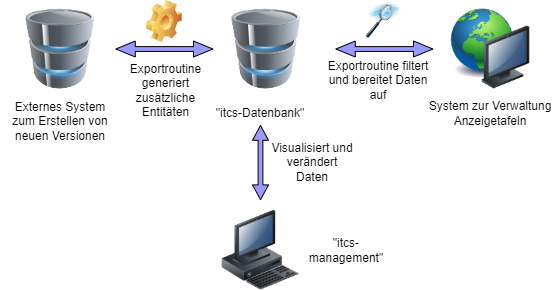
The draw.io diagram documents/HgbInternshipReport/images/overview_alt.png in GernotHofbauer/HagenbergThesis, before a commit. Source tidied: cells renumbered, new cells last; positions are measured from the earlier drawing's top-left corner, leaving out a move shared by most shapes.
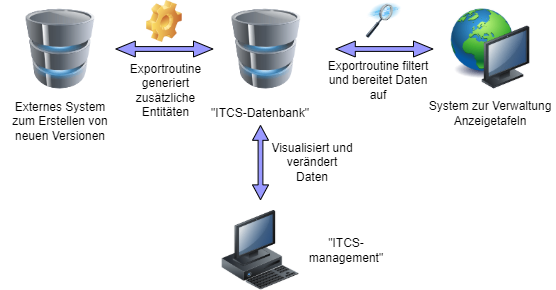
After the change.

Diff of the diagram source:
```diff
@@ -5,7 +5,7 @@
     <mxCell id="2" value="Externes System&lt;div&gt;zum Erstellen von neuen Versionen&lt;/div&gt;" style="text;html=1;align=center;verticalAlign=middle;whiteSpace=wrap;rounded=0;" parent="1" vertex="1">
       <mxGeometry y="90.7" width="120" height="60" as="geometry" />
     </mxCell>
-    <mxCell id="3" value="&quot;itcs-Datenbank&quot;" style="text;html=1;align=center;verticalAlign=middle;whiteSpace=wrap;rounded=0;" parent="1" vertex="1">
+    <mxCell id="3" value="&quot;ITCS-Datenbank&quot;" style="text;html=1;align=center;verticalAlign=middle;whiteSpace=wrap;rounded=0;" parent="1" vertex="1">
       <mxGeometry x="199" y="90.7" width="122" height="45" as="geometry" />
     </mxCell>
     <mxCell id="4" value="System zur Verwaltung Anzeigetafeln" style="text;html=1;align=center;verticalAlign=middle;whiteSpace=wrap;rounded=0;" parent="1" vertex="1">
@@ -23,7 +23,7 @@
     <mxCell id="8" style="shape=doubleArrow;direction=south;whiteSpace=wrap;html=1;fillColor=#9999FF;" parent="1" vertex="1">
       <mxGeometry x="252" y="125" width="16" height="74.3" as="geometry" />
     </mxCell>
-    <mxCell id="9" value="&quot;itcs-management&quot;" style="text;html=1;align=center;verticalAlign=middle;whiteSpace=wrap;rounded=0;" parent="1" vertex="1">
+    <mxCell id="9" value="&quot;ITCS-management&quot;" style="text;html=1;align=center;verticalAlign=middle;whiteSpace=wrap;rounded=0;" parent="1" vertex="1">
       <mxGeometry x="305.9" y="230" width="80" height="40" as="geometry" />
     </mxCell>
     <mxCell id="10" value="Visualisiert und verändert Daten" style="text;html=1;align=center;verticalAlign=middle;whiteSpace=wrap;rounded=0;" parent="1" vertex="1">
```
